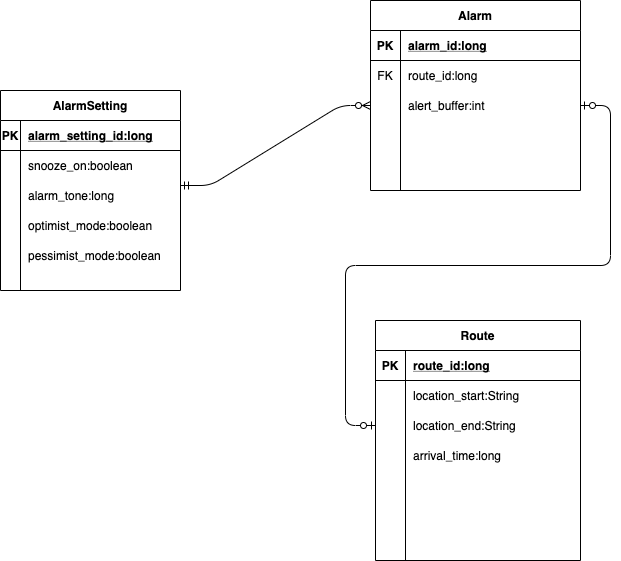
The draw.io diagram docs/img/erd.png in pcutter1/true-alarm, before a commit. Source tidied: cells renumbered, new cells last; positions are measured from the earlier drawing's top-left corner, leaving out a move shared by most shapes.
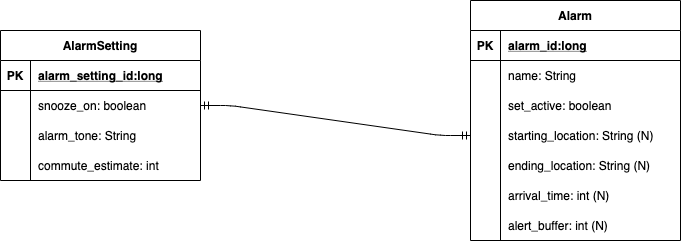
Later version of the same file.

Commit message:
Updated ERD and Wireframe

The edit, as a diff of the source:
```diff
@@ -2,166 +2,113 @@
   <root>
     <mxCell id="0" />
     <mxCell id="1" parent="0" />
-    <mxCell id="2" value="Alarm" style="shape=table;startSize=30;rowLines=0;fontStyle=1;align=center;" parent="1" vertex="1">
-      <mxGeometry x="370" width="210" height="190" as="geometry" />
+    <mxCell id="2" style="edgeStyle=entityRelationEdgeStyle;fontSize=12;html=1;endArrow=ERmandOne;startArrow=ERmandOne;entryX=0;entryY=0.5;entryDx=0;entryDy=0;exitX=1;exitY=0.5;exitDx=0;exitDy=0;" parent="1" edge="1" source="29" target="13">
+      <mxGeometry relative="1" as="geometry" />
     </mxCell>
-    <mxCell id="3" style="shape=partialRectangle;fillColor=none;top=0;left=0;bottom=1;right=0;" parent="2" vertex="1">
-      <mxGeometry y="30" width="210" height="30" as="geometry" />
+    <mxCell id="3" value="Alarm" style="shape=table;startSize=30;rowLines=0;fontStyle=1;align=center;" parent="1" vertex="1">
+      <mxGeometry x="480" y="540" width="210" height="240" as="geometry" />
     </mxCell>
-    <mxCell id="4" value="PK" style="shape=partialRectangle;fillColor=none;top=0;left=0;bottom=0;right=0;fontStyle=1;overflow=hidden;" parent="3" vertex="1">
-      <mxGeometry width="30" height="30" as="geometry" />
+    <mxCell id="4" style="shape=partialRectangle;fillColor=none;top=0;left=0;bottom=1;right=0;" parent="3" vertex="1">
+      <mxGeometry y="30" width="210" height="30" as="geometry" />
     </mxCell>
-    <mxCell id="5" value="alarm_id:long" style="shape=partialRectangle;fillColor=none;top=0;left=0;bottom=0;right=0;align=left;spacingLeft=6;fontStyle=5;overflow=hidden;" parent="3" vertex="1">
-      <mxGeometry x="30" width="180" height="30" as="geometry" />
+    <mxCell id="5" value="PK" style="shape=partialRectangle;fillColor=none;top=0;left=0;bottom=0;right=0;fontStyle=1;overflow=hidden;" parent="4" vertex="1">
+      <mxGeometry width="30" height="30" as="geometry" />
     </mxCell>
-    <mxCell id="6" style="shape=partialRectangle;fillColor=none;top=0;left=0;bottom=0;right=0;" parent="2" vertex="1">
-      <mxGeometry y="60" width="210" height="30" as="geometry" />
+    <mxCell id="6" value="alarm_id:long" style="shape=partialRectangle;fillColor=none;top=0;left=0;bottom=0;right=0;align=left;spacingLeft=6;fontStyle=5;overflow=hidden;" parent="4" vertex="1">
+      <mxGeometry x="30" width="180" height="30" as="geometry" />
     </mxCell>
-    <mxCell id="7" value="FK" style="shape=partialRectangle;fillColor=none;top=0;left=0;bottom=0;right=0;overflow=hidden;" parent="6" vertex="1">
-      <mxGeometry width="30" height="30" as="geometry" />
+    <mxCell id="7" style="shape=partialRectangle;fillColor=none;top=0;left=0;bottom=0;right=0;" parent="3" vertex="1">
+      <mxGeometry y="60" width="210" height="30" as="geometry" />
     </mxCell>
-    <mxCell id="8" value="route_id:long" style="shape=partialRectangle;fillColor=none;top=0;left=0;bottom=0;right=0;align=left;spacingLeft=6;overflow=hidden;" parent="6" vertex="1">
-      <mxGeometry x="30" width="180" height="30" as="geometry" />
+    <mxCell id="8" style="shape=partialRectangle;fillColor=none;top=0;left=0;bottom=0;right=0;overflow=hidden;" parent="7" vertex="1">
+      <mxGeometry width="30" height="30" as="geometry" />
     </mxCell>
-    <mxCell id="9" style="shape=partialRectangle;fillColor=none;top=0;left=0;bottom=0;right=0;points=[[0,0.5],[1,0.5]];portConstraint=eastwest;" parent="2" vertex="1">
-      <mxGeometry y="90" width="210" height="30" as="geometry" />
+    <mxCell id="9" value="name: String" style="shape=partialRectangle;fillColor=none;top=0;left=0;bottom=0;right=0;align=left;spacingLeft=6;overflow=hidden;" parent="7" vertex="1">
+      <mxGeometry x="30" width="180" height="30" as="geometry" />
     </mxCell>
-    <mxCell id="10" style="shape=partialRectangle;fillColor=none;top=0;left=0;bottom=0;right=0;overflow=hidden;" parent="9" vertex="1">
-      <mxGeometry width="30" height="30" as="geometry" />
+    <mxCell id="10" style="shape=partialRectangle;fillColor=none;top=0;left=0;bottom=0;right=0;" parent="3" vertex="1">
+      <mxGeometry y="90" width="210" height="30" as="geometry" />
     </mxCell>
-    <mxCell id="11" value="alert_buffer:int" style="shape=partialRectangle;fillColor=none;top=0;left=0;bottom=0;right=0;align=left;spacingLeft=6;overflow=hidden;" parent="9" vertex="1">
-      <mxGeometry x="30" width="180" height="30" as="geometry" />
+    <mxCell id="11" style="shape=partialRectangle;fillColor=none;top=0;left=0;bottom=0;right=0;overflow=hidden;" parent="10" vertex="1">
+      <mxGeometry width="30" height="30" as="geometry" />
     </mxCell>
-    <mxCell id="12" style="shape=partialRectangle;fillColor=none;top=0;left=0;bottom=0;right=0;" parent="2" vertex="1">
-      <mxGeometry y="120" width="210" height="30" as="geometry" />
+    <mxCell id="12" value="set_active: boolean" style="shape=partialRectangle;fillColor=none;top=0;left=0;bottom=0;right=0;align=left;spacingLeft=6;overflow=hidden;" parent="10" vertex="1">
+      <mxGeometry x="30" width="180" height="30" as="geometry" />
     </mxCell>
-    <mxCell id="13" style="shape=partialRectangle;fillColor=none;top=0;left=0;bottom=0;right=0;overflow=hidden;" parent="12" vertex="1">
-      <mxGeometry width="30" height="30" as="geometry" />
+    <mxCell id="13" style="shape=partialRectangle;fillColor=none;top=0;left=0;bottom=0;right=0;points=[[0,0.5],[1,0.5]];portConstraint=eastwest;" parent="3" vertex="1">
+      <mxGeometry y="120" width="210" height="30" as="geometry" />
     </mxCell>
-    <mxCell id="14" style="shape=partialRectangle;fillColor=none;top=0;left=0;bottom=0;right=0;align=left;spacingLeft=6;overflow=hidden;" parent="12" vertex="1">
-      <mxGeometry x="30" width="180" height="30" as="geometry" />
+    <mxCell id="14" style="shape=partialRectangle;fillColor=none;top=0;left=0;bottom=0;right=0;overflow=hidden;" parent="13" vertex="1">
+      <mxGeometry width="30" height="30" as="geometry" />
     </mxCell>
-    <mxCell id="15" style="shape=partialRectangle;fillColor=none;top=0;left=0;bottom=0;right=0;" parent="2" vertex="1">
-      <mxGeometry y="150" width="210" height="30" as="geometry" />
+    <mxCell id="15" value="starting_location: String (N)" style="shape=partialRectangle;fillColor=none;top=0;left=0;bottom=0;right=0;align=left;spacingLeft=6;overflow=hidden;" parent="13" vertex="1">
+      <mxGeometry x="30" width="180" height="30" as="geometry" />
     </mxCell>
-    <mxCell id="16" style="shape=partialRectangle;fillColor=none;top=0;left=0;bottom=0;right=0;overflow=hidden;" parent="15" vertex="1">
-      <mxGeometry width="30" height="30" as="geometry" />
+    <mxCell id="16" style="shape=partialRectangle;fillColor=none;top=0;left=0;bottom=0;right=0;" parent="3" vertex="1">
+      <mxGeometry y="150" width="210" height="30" as="geometry" />
     </mxCell>
-    <mxCell id="17" style="shape=partialRectangle;fillColor=none;top=0;left=0;bottom=0;right=0;align=left;spacingLeft=6;overflow=hidden;" parent="15" vertex="1">
-      <mxGeometry x="30" width="180" height="30" as="geometry" />
+    <mxCell id="17" style="shape=partialRectangle;fillColor=none;top=0;left=0;bottom=0;right=0;overflow=hidden;" parent="16" vertex="1">
+      <mxGeometry width="30" height="30" as="geometry" />
     </mxCell>
-    <mxCell id="18" value="Route" style="shape=table;startSize=30;rowLines=0;fontStyle=1;align=center;" parent="1" vertex="1">
-      <mxGeometry x="375" y="320" width="205" height="240" as="geometry" />
+    <mxCell id="18" value="ending_location: String (N)" style="shape=partialRectangle;fillColor=none;top=0;left=0;bottom=0;right=0;align=left;spacingLeft=6;overflow=hidden;" parent="16" vertex="1">
+      <mxGeometry x="30" width="180" height="30" as="geometry" />
     </mxCell>
-    <mxCell id="19" style="shape=partialRectangle;fillColor=none;top=0;left=0;bottom=1;right=0;" parent="18" vertex="1">
-      <mxGeometry y="30" width="205" height="30" as="geometry" />
+    <mxCell id="19" style="shape=partialRectangle;fillColor=none;top=0;left=0;bottom=0;right=0;" parent="3" vertex="1">
+      <mxGeometry y="180" width="210" height="30" as="geometry" />
     </mxCell>
-    <mxCell id="20" value="PK" style="shape=partialRectangle;fillColor=none;top=0;left=0;bottom=0;right=0;fontStyle=1;overflow=hidden;" parent="19" vertex="1">
+    <mxCell id="20" style="shape=partialRectangle;fillColor=none;top=0;left=0;bottom=0;right=0;overflow=hidden;" parent="19" vertex="1">
       <mxGeometry width="30" height="30" as="geometry" />
     </mxCell>
-    <mxCell id="21" value="route_id:long" style="shape=partialRectangle;fillColor=none;top=0;left=0;bottom=0;right=0;align=left;spacingLeft=6;fontStyle=5;overflow=hidden;" parent="19" vertex="1">
-      <mxGeometry x="30" width="175" height="30" as="geometry" />
+    <mxCell id="21" value="arrival_time: int (N)" style="shape=partialRectangle;fillColor=none;top=0;left=0;bottom=0;right=0;align=left;spacingLeft=6;overflow=hidden;" parent="19" vertex="1">
+      <mxGeometry x="30" width="180" height="30" as="geometry" />
     </mxCell>
-    <mxCell id="22" style="shape=partialRectangle;fillColor=none;top=0;left=0;bottom=0;right=0;" parent="18" vertex="1">
-      <mxGeometry y="60" width="205" height="30" as="geometry" />
+    <mxCell id="22" style="shape=partialRectangle;fillColor=none;top=0;left=0;bottom=0;right=0;" parent="3" vertex="1">
+      <mxGeometry y="210" width="210" height="30" as="geometry" />
     </mxCell>
     <mxCell id="23" style="shape=partialRectangle;fillColor=none;top=0;left=0;bottom=0;right=0;overflow=hidden;" parent="22" vertex="1">
       <mxGeometry width="30" height="30" as="geometry" />
     </mxCell>
-    <mxCell id="24" value="location_start:String" style="shape=partialRectangle;fillColor=none;top=0;left=0;bottom=0;right=0;align=left;spacingLeft=6;overflow=hidden;" parent="22" vertex="1">
-      <mxGeometry x="30" width="175" height="30" as="geometry" />
+    <mxCell id="24" value="alert_buffer: int (N)" style="shape=partialRectangle;fillColor=none;top=0;left=0;bottom=0;right=0;align=left;spacingLeft=6;overflow=hidden;" parent="22" vertex="1">
+      <mxGeometry x="30" width="180" height="30" as="geometry" />
     </mxCell>
-    <mxCell id="25" style="shape=partialRectangle;fillColor=none;top=0;left=0;bottom=0;right=0;points=[[0,0.5],[1,0.5]];portConstraint=eastwest;" parent="18" vertex="1">
-      <mxGeometry y="90" width="205" height="30" as="geometry" />
+    <mxCell id="25" value="AlarmSetting" style="shape=table;startSize=30;rowLines=0;fontStyle=1;align=center;" parent="1" vertex="1">
+      <mxGeometry x="10" y="570" width="200" height="150" as="geometry" />
     </mxCell>
-    <mxCell id="26" style="shape=partialRectangle;fillColor=none;top=0;left=0;bottom=0;right=0;overflow=hidden;" parent="25" vertex="1">
-      <mxGeometry width="30" height="30" as="geometry" />
+    <mxCell id="26" style="shape=partialRectangle;fillColor=none;top=0;left=0;bottom=1;right=0;" parent="25" vertex="1">
+      <mxGeometry y="30" width="200" height="30" as="geometry" />
     </mxCell>
-    <mxCell id="27" value="location_end:String" style="shape=partialRectangle;fillColor=none;top=0;left=0;bottom=0;right=0;align=left;spacingLeft=6;overflow=hidden;" parent="25" vertex="1">
-      <mxGeometry x="30" width="175" height="30" as="geometry" />
+    <mxCell id="27" value="PK" style="shape=partialRectangle;fillColor=none;top=0;left=0;bottom=0;right=0;fontStyle=1;overflow=hidden;" parent="26" vertex="1">
+      <mxGeometry width="30" height="30" as="geometry" />
     </mxCell>
-    <mxCell id="28" style="shape=partialRectangle;fillColor=none;top=0;left=0;bottom=0;right=0;" parent="18" vertex="1">
-      <mxGeometry y="120" width="205" height="30" as="geometry" />
+    <mxCell id="28" value="alarm_setting_id:long" style="shape=partialRectangle;fillColor=none;top=0;left=0;bottom=0;right=0;align=left;spacingLeft=6;fontStyle=5;overflow=hidden;" parent="26" vertex="1">
+      <mxGeometry x="30" width="170" height="30" as="geometry" />
     </mxCell>
-    <mxCell id="29" style="shape=partialRectangle;fillColor=none;top=0;left=0;bottom=0;right=0;overflow=hidden;" parent="28" vertex="1">
-      <mxGeometry width="30" height="30" as="geometry" />
+    <mxCell id="29" style="shape=partialRectangle;fillColor=none;top=0;left=0;bottom=0;right=0;points=[[0,0.5],[1,0.5]];portConstraint=eastwest;" parent="25" vertex="1">
+      <mxGeometry y="60" width="200" height="30" as="geometry" />
     </mxCell>
-    <mxCell id="30" value="arrival_time:long" style="shape=partialRectangle;fillColor=none;top=0;left=0;bottom=0;right=0;align=left;spacingLeft=6;overflow=hidden;" parent="28" vertex="1">
-      <mxGeometry x="30" width="175" height="30" as="geometry" />
+    <mxCell id="30" style="shape=partialRectangle;fillColor=none;top=0;left=0;bottom=0;right=0;overflow=hidden;" parent="29" vertex="1">
+      <mxGeometry width="30" height="30" as="geometry" />
     </mxCell>
-    <mxCell id="31" style="shape=partialRectangle;fillColor=none;top=0;left=0;bottom=0;right=0;" parent="18" vertex="1">
-      <mxGeometry y="150" width="205" height="30" as="geometry" />
+    <mxCell id="31" value="snooze_on: boolean" style="shape=partialRectangle;fillColor=none;top=0;left=0;bottom=0;right=0;align=left;spacingLeft=6;overflow=hidden;" parent="29" vertex="1">
+      <mxGeometry x="30" width="170" height="30" as="geometry" />
     </mxCell>
-    <mxCell id="32" style="shape=partialRectangle;fillColor=none;top=0;left=0;bottom=0;right=0;overflow=hidden;" parent="31" vertex="1">
-      <mxGeometry width="30" height="30" as="geometry" />
+    <mxCell id="32" style="shape=partialRectangle;fillColor=none;top=0;left=0;bottom=0;right=0;" parent="25" vertex="1">
+      <mxGeometry y="90" width="200" height="30" as="geometry" />
     </mxCell>
-    <mxCell id="33" style="shape=partialRectangle;fillColor=none;top=0;left=0;bottom=0;right=0;align=left;spacingLeft=6;overflow=hidden;" parent="31" vertex="1">
-      <mxGeometry x="30" width="175" height="30" as="geometry" />
+    <mxCell id="33" style="shape=partialRectangle;fillColor=none;top=0;left=0;bottom=0;right=0;overflow=hidden;" parent="32" vertex="1">
+      <mxGeometry width="30" height="30" as="geometry" />
     </mxCell>
-    <mxCell id="34" style="shape=partialRectangle;fillColor=none;top=0;left=0;bottom=0;right=0;" parent="18" vertex="1">
-      <mxGeometry y="180" width="205" height="30" as="geometry" />
+    <mxCell id="34" value="alarm_tone: String" style="shape=partialRectangle;fillColor=none;top=0;left=0;bottom=0;right=0;align=left;spacingLeft=6;overflow=hidden;" parent="32" vertex="1">
+      <mxGeometry x="30" width="170" height="30" as="geometry" />
     </mxCell>
-    <mxCell id="35" style="shape=partialRectangle;fillColor=none;top=0;left=0;bottom=0;right=0;overflow=hidden;" parent="34" vertex="1">
-      <mxGeometry width="30" height="30" as="geometry" />
+    <mxCell id="35" style="shape=partialRectangle;fillColor=none;top=0;left=0;bottom=0;right=0;" parent="25" vertex="1">
+      <mxGeometry y="120" width="200" height="30" as="geometry" />
     </mxCell>
-    <mxCell id="36" style="shape=partialRectangle;fillColor=none;top=0;left=0;bottom=0;right=0;align=left;spacingLeft=6;overflow=hidden;" parent="34" vertex="1">
-      <mxGeometry x="30" width="175" height="30" as="geometry" />
+    <mxCell id="36" style="shape=partialRectangle;fillColor=none;top=0;left=0;bottom=0;right=0;overflow=hidden;" parent="35" vertex="1">
+      <mxGeometry width="30" height="30" as="geometry" />
     </mxCell>
-    <mxCell id="37" style="edgeStyle=entityRelationEdgeStyle;fontSize=12;html=1;endArrow=ERzeroToOne;startArrow=ERzeroToOne;entryX=0;entryY=0.5;entryDx=0;entryDy=0;exitX=1;exitY=0.5;exitDx=0;exitDy=0;endFill=1;startFill=1;" parent="1" edge="1" source="9" target="25">
-      <mxGeometry relative="1" as="geometry" />
+    <mxCell id="37" value="commute_estimate: int" style="shape=partialRectangle;fillColor=none;top=0;left=0;bottom=0;right=0;align=left;spacingLeft=6;overflow=hidden;" parent="35" vertex="1">
+      <mxGeometry x="30" width="170" height="30" as="geometry" />
     </mxCell>
-    <mxCell id="38" style="edgeStyle=entityRelationEdgeStyle;fontSize=12;html=1;endArrow=ERzeroToMany;startArrow=ERmandOne;exitX=1;exitY=0.5;exitDx=0;exitDy=0;entryX=0;entryY=0.5;entryDx=0;entryDy=0;" parent="1" edge="1" target="9">
-      <mxGeometry relative="1" as="geometry">
-        <mxPoint x="180" y="185" as="sourcePoint" />
-      </mxGeometry>
-    </mxCell>
-    <mxCell id="39" value="AlarmSetting" style="shape=table;startSize=30;rowLines=0;fontStyle=1;align=center;" parent="1" vertex="1">
-      <mxGeometry y="90" width="180" height="200" as="geometry" />
-    </mxCell>
-    <mxCell id="40" style="shape=partialRectangle;fillColor=none;top=0;left=0;bottom=1;right=0;" parent="39" vertex="1">
-      <mxGeometry y="30" width="180" height="30" as="geometry" />
-    </mxCell>
-    <mxCell id="41" value="PK" style="shape=partialRectangle;fillColor=none;top=0;left=0;bottom=0;right=0;fontStyle=1;overflow=hidden;" parent="40" vertex="1">
-      <mxGeometry width="20" height="30" as="geometry" />
-    </mxCell>
-    <mxCell id="42" value="alarm_setting_id:long" style="shape=partialRectangle;fillColor=none;top=0;left=0;bottom=0;right=0;align=left;spacingLeft=6;fontStyle=5;overflow=hidden;" parent="40" vertex="1">
-      <mxGeometry x="20" width="160" height="30" as="geometry" />
-    </mxCell>
-    <mxCell id="43" style="shape=partialRectangle;fillColor=none;top=0;left=0;bottom=0;right=0;" parent="39" vertex="1">
-      <mxGeometry y="60" width="180" height="30" as="geometry" />
-    </mxCell>
-    <mxCell id="44" style="shape=partialRectangle;fillColor=none;top=0;left=0;bottom=0;right=0;overflow=hidden;" parent="43" vertex="1">
-      <mxGeometry width="20" height="30" as="geometry" />
-    </mxCell>
-    <mxCell id="45" value="snooze_on:boolean" style="shape=partialRectangle;fillColor=none;top=0;left=0;bottom=0;right=0;align=left;spacingLeft=6;overflow=hidden;" parent="43" vertex="1">
-      <mxGeometry x="20" width="160" height="30" as="geometry" />
-    </mxCell>
-    <mxCell id="46" style="shape=partialRectangle;fillColor=none;top=0;left=0;bottom=0;right=0;" parent="39" vertex="1">
-      <mxGeometry y="90" width="180" height="30" as="geometry" />
-    </mxCell>
-    <mxCell id="47" style="shape=partialRectangle;fillColor=none;top=0;left=0;bottom=0;right=0;overflow=hidden;" parent="46" vertex="1">
-      <mxGeometry width="20" height="30" as="geometry" />
-    </mxCell>
-    <mxCell id="48" value="alarm_tone:long" style="shape=partialRectangle;fillColor=none;top=0;left=0;bottom=0;right=0;align=left;spacingLeft=6;overflow=hidden;" parent="46" vertex="1">
-      <mxGeometry x="20" width="160" height="30" as="geometry" />
-    </mxCell>
-    <mxCell id="49" style="shape=partialRectangle;fillColor=none;top=0;left=0;bottom=0;right=0;" parent="39" vertex="1">
-      <mxGeometry y="120" width="180" height="30" as="geometry" />
-    </mxCell>
-    <mxCell id="50" style="shape=partialRectangle;fillColor=none;top=0;left=0;bottom=0;right=0;overflow=hidden;" parent="49" vertex="1">
-      <mxGeometry width="20" height="30" as="geometry" />
-    </mxCell>
-    <mxCell id="51" value="optimist_mode:boolean" style="shape=partialRectangle;fillColor=none;top=0;left=0;bottom=0;right=0;align=left;spacingLeft=6;overflow=hidden;" parent="49" vertex="1">
-      <mxGeometry x="20" width="160" height="30" as="geometry" />
-    </mxCell>
-    <mxCell id="52" style="shape=partialRectangle;fillColor=none;top=0;left=0;bottom=0;right=0;" parent="39" vertex="1">
-      <mxGeometry y="150" width="180" height="30" as="geometry" />
-    </mxCell>
-    <mxCell id="53" style="shape=partialRectangle;fillColor=none;top=0;left=0;bottom=0;right=0;overflow=hidden;" parent="52" vertex="1">
-      <mxGeometry width="20" height="30" as="geometry" />
-    </mxCell>
-    <mxCell id="54" value="pessimist_mode:boolean" style="shape=partialRectangle;fillColor=none;top=0;left=0;bottom=0;right=0;align=left;spacingLeft=6;overflow=hidden;" parent="52" vertex="1">
-      <mxGeometry x="20" width="160" height="30" as="geometry" />
-    </mxCell>
   </root>
 </mxGraphModel>
```
